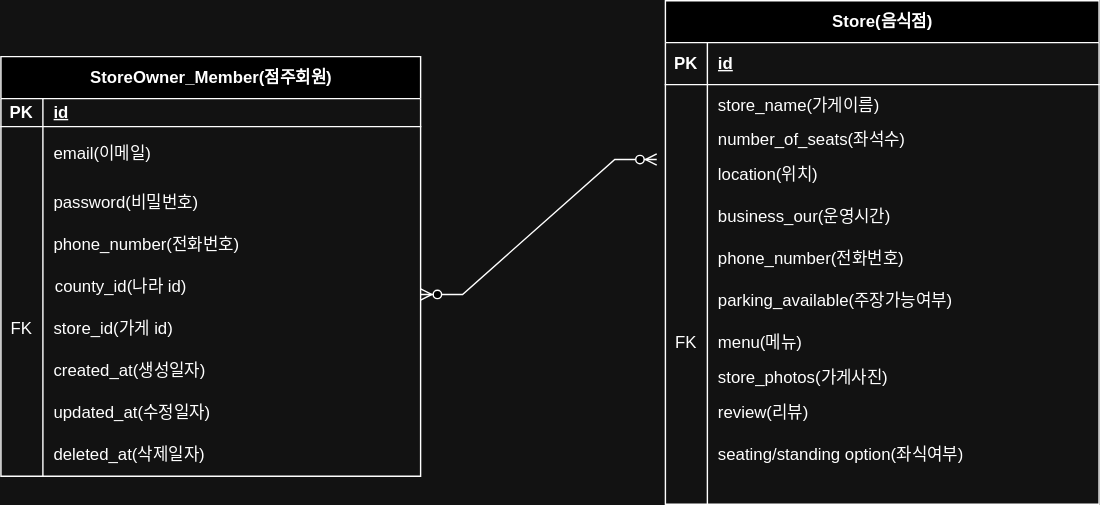
Above: document/store_owner_member.drawio.svg in gunsight1/boot-up1-samsik (draw.io), before the change. Source tidied: cells renumbered, new cells last; positions are measured from the earlier drawing's top-left corner, leaving out a move shared by most shapes.
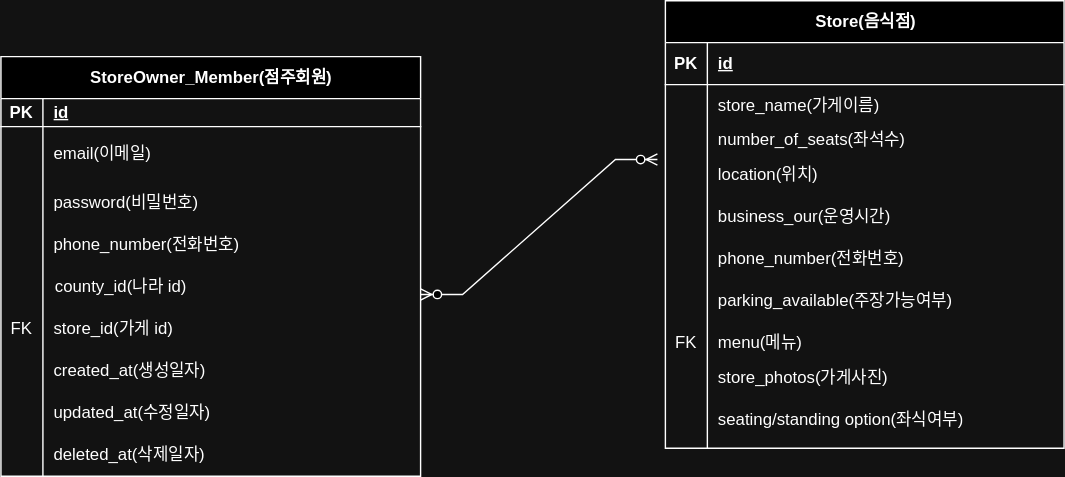
The same diagram one commit later.

Commit message:
store_owner_member.drawio.svg이 추가되었습니다.

What changed in the source:
```diff
@@ -105,120 +105,105 @@
       <mxGeometry x="30" y="310" width="190" height="30" as="geometry" />
     </mxCell>
     <mxCell id="36" value="Store(음식점)" style="shape=table;startSize=30;rowLines=0;fontStyle=1;align=center;html=1;" parent="1" vertex="1">
-      <mxGeometry x="475" width="310" height="360" as="geometry" />
+      <mxGeometry x="475" width="285" height="320" as="geometry" />
     </mxCell>
     <mxCell id="37" style="shape=tableRow;horizontal=0;startSize=0;swimlaneHead=0;swimlaneBody=0;fillColor=none;top=0;left=0;right=0;bottom=1;" parent="36" vertex="1">
-      <mxGeometry y="30" width="310" height="30" as="geometry" />
+      <mxGeometry y="30" width="285" height="30" as="geometry" />
     </mxCell>
     <mxCell id="38" value="PK" style="shape=partialRectangle;fillColor=none;top=0;left=0;bottom=0;right=0;fontStyle=1;overflow=hidden;whiteSpace=wrap;html=1;" parent="37" vertex="1">
       <mxGeometry width="30" height="30" as="geometry" />
     </mxCell>
     <mxCell id="39" value="id" style="shape=partialRectangle;fillColor=none;top=0;left=0;bottom=0;right=0;align=left;spacingLeft=6;fontStyle=5;overflow=hidden;whiteSpace=wrap;html=1;" parent="37" vertex="1">
-      <mxGeometry x="30" width="280" height="30" as="geometry" />
+      <mxGeometry x="30" width="255" height="30" as="geometry" />
     </mxCell>
     <mxCell id="40" style="shape=tableRow;horizontal=0;startSize=0;swimlaneHead=0;swimlaneBody=0;fillColor=none;top=0;left=0;right=0;bottom=0;" parent="36" vertex="1">
-      <mxGeometry y="60" width="310" height="30" as="geometry" />
+      <mxGeometry y="60" width="285" height="30" as="geometry" />
     </mxCell>
     <mxCell id="41" style="shape=partialRectangle;fillColor=none;top=0;left=0;bottom=0;right=0;overflow=hidden;whiteSpace=wrap;html=1;" parent="40" vertex="1">
       <mxGeometry width="30" height="30" as="geometry" />
     </mxCell>
     <mxCell id="42" value="store_name(가게이름)" style="shape=partialRectangle;fillColor=none;top=0;left=0;bottom=0;right=0;align=left;spacingLeft=6;overflow=hidden;whiteSpace=wrap;html=1;" parent="40" vertex="1">
-      <mxGeometry x="30" width="280" height="30" as="geometry" />
+      <mxGeometry x="30" width="255" height="30" as="geometry" />
     </mxCell>
     <mxCell id="43" style="shape=tableRow;horizontal=0;startSize=0;swimlaneHead=0;swimlaneBody=0;fillColor=none;top=0;left=0;right=0;bottom=0;" parent="36" vertex="1">
-      <mxGeometry y="90" width="310" height="20" as="geometry" />
+      <mxGeometry y="90" width="285" height="20" as="geometry" />
     </mxCell>
     <mxCell id="44" style="shape=partialRectangle;fillColor=none;top=0;left=0;bottom=0;right=0;overflow=hidden;whiteSpace=wrap;html=1;" parent="43" vertex="1">
       <mxGeometry width="30" height="20" as="geometry" />
     </mxCell>
     <mxCell id="45" value="number_of_seats(좌석수)" style="shape=partialRectangle;fillColor=none;top=0;left=0;bottom=0;right=0;align=left;spacingLeft=6;overflow=hidden;whiteSpace=wrap;html=1;" parent="43" vertex="1">
-      <mxGeometry x="30" width="280" height="20" as="geometry" />
+      <mxGeometry x="30" width="255" height="20" as="geometry" />
     </mxCell>
     <mxCell id="46" style="shape=tableRow;horizontal=0;startSize=0;swimlaneHead=0;swimlaneBody=0;fillColor=none;points=[[0,0.5],[1,0.5]];portConstraint=eastwest;top=0;left=0;right=0;bottom=0;" parent="36" vertex="1">
-      <mxGeometry y="110" width="310" height="30" as="geometry" />
+      <mxGeometry y="110" width="285" height="30" as="geometry" />
     </mxCell>
     <mxCell id="47" style="shape=partialRectangle;fillColor=none;top=0;left=0;bottom=0;right=0;overflow=hidden;whiteSpace=wrap;html=1;" parent="46" vertex="1">
       <mxGeometry width="30" height="30" as="geometry" />
     </mxCell>
     <mxCell id="48" value="location(위치)" style="shape=partialRectangle;fillColor=none;top=0;left=0;bottom=0;right=0;align=left;spacingLeft=6;overflow=hidden;whiteSpace=wrap;html=1;" parent="46" vertex="1">
-      <mxGeometry x="30" width="280" height="30" as="geometry" />
+      <mxGeometry x="30" width="255" height="30" as="geometry" />
     </mxCell>
     <mxCell id="49" style="shape=tableRow;horizontal=0;startSize=0;swimlaneHead=0;swimlaneBody=0;fillColor=none;top=0;left=0;right=0;bottom=0;" parent="36" vertex="1">
-      <mxGeometry y="140" width="310" height="30" as="geometry" />
+      <mxGeometry y="140" width="285" height="30" as="geometry" />
     </mxCell>
     <mxCell id="50" style="shape=partialRectangle;fillColor=none;top=0;left=0;bottom=0;right=0;overflow=hidden;whiteSpace=wrap;html=1;" parent="49" vertex="1">
       <mxGeometry width="30" height="30" as="geometry" />
     </mxCell>
     <mxCell id="51" value="business_our(운영시간)" style="shape=partialRectangle;fillColor=none;top=0;left=0;bottom=0;right=0;align=left;spacingLeft=6;overflow=hidden;whiteSpace=wrap;html=1;" parent="49" vertex="1">
-      <mxGeometry x="30" width="280" height="30" as="geometry" />
+      <mxGeometry x="30" width="255" height="30" as="geometry" />
     </mxCell>
     <mxCell id="52" style="shape=tableRow;horizontal=0;startSize=0;swimlaneHead=0;swimlaneBody=0;fillColor=none;top=0;left=0;right=0;bottom=0;" parent="36" vertex="1">
-      <mxGeometry y="170" width="310" height="30" as="geometry" />
+      <mxGeometry y="170" width="285" height="30" as="geometry" />
     </mxCell>
     <mxCell id="53" style="shape=partialRectangle;fillColor=none;top=0;left=0;bottom=0;right=0;overflow=hidden;whiteSpace=wrap;html=1;" parent="52" vertex="1">
       <mxGeometry width="30" height="30" as="geometry" />
     </mxCell>
     <mxCell id="54" value="phone_number(전화번호)" style="shape=partialRectangle;fillColor=none;top=0;left=0;bottom=0;right=0;align=left;spacingLeft=6;overflow=hidden;whiteSpace=wrap;html=1;" parent="52" vertex="1">
-      <mxGeometry x="30" width="280" height="30" as="geometry" />
+      <mxGeometry x="30" width="255" height="30" as="geometry" />
     </mxCell>
     <mxCell id="55" style="shape=tableRow;horizontal=0;startSize=0;swimlaneHead=0;swimlaneBody=0;fillColor=none;top=0;left=0;right=0;bottom=0;" parent="36" vertex="1">
-      <mxGeometry y="200" width="310" height="30" as="geometry" />
+      <mxGeometry y="200" width="285" height="30" as="geometry" />
     </mxCell>
     <mxCell id="56" style="shape=partialRectangle;fillColor=none;top=0;left=0;bottom=0;right=0;overflow=hidden;whiteSpace=wrap;html=1;" parent="55" vertex="1">
       <mxGeometry width="30" height="30" as="geometry" />
     </mxCell>
     <mxCell id="57" value="parking_available(주장가능여부)" style="shape=partialRectangle;fillColor=none;top=0;left=0;bottom=0;right=0;align=left;spacingLeft=6;overflow=hidden;whiteSpace=wrap;html=1;" parent="55" vertex="1">
-      <mxGeometry x="30" width="280" height="30" as="geometry" />
+      <mxGeometry x="30" width="255" height="30" as="geometry" />
     </mxCell>
     <mxCell id="58" style="shape=tableRow;horizontal=0;startSize=0;swimlaneHead=0;swimlaneBody=0;fillColor=none;top=0;left=0;right=0;bottom=0;" parent="36" vertex="1">
-      <mxGeometry y="230" width="310" height="30" as="geometry" />
+      <mxGeometry y="230" width="285" height="30" as="geometry" />
     </mxCell>
     <mxCell id="59" value="FK" style="shape=partialRectangle;fillColor=none;top=0;left=0;bottom=0;right=0;overflow=hidden;whiteSpace=wrap;html=1;" parent="58" vertex="1">
       <mxGeometry width="30" height="30" as="geometry" />
     </mxCell>
     <mxCell id="60" value="menu(메뉴)" style="shape=partialRectangle;fillColor=none;top=0;left=0;bottom=0;right=0;align=left;spacingLeft=6;overflow=hidden;whiteSpace=wrap;html=1;" parent="58" vertex="1">
-      <mxGeometry x="30" width="280" height="30" as="geometry" />
+      <mxGeometry x="30" width="255" height="30" as="geometry" />
     </mxCell>
     <mxCell id="61" style="shape=tableRow;horizontal=0;startSize=0;swimlaneHead=0;swimlaneBody=0;fillColor=none;top=0;left=0;right=0;bottom=0;" parent="36" vertex="1">
-      <mxGeometry y="260" width="310" height="20" as="geometry" />
+      <mxGeometry y="260" width="285" height="20" as="geometry" />
     </mxCell>
     <mxCell id="62" style="shape=partialRectangle;fillColor=none;top=0;left=0;bottom=0;right=0;overflow=hidden;whiteSpace=wrap;html=1;" parent="61" vertex="1">
       <mxGeometry width="30" height="20" as="geometry" />
     </mxCell>
     <mxCell id="63" value="store_photos(가게사진)" style="shape=partialRectangle;fillColor=none;top=0;left=0;bottom=0;right=0;align=left;spacingLeft=6;overflow=hidden;whiteSpace=wrap;html=1;" parent="61" vertex="1">
-      <mxGeometry x="30" width="280" height="20" as="geometry" />
+      <mxGeometry x="30" width="255" height="20" as="geometry" />
     </mxCell>
     <mxCell id="64" style="shape=tableRow;horizontal=0;startSize=0;swimlaneHead=0;swimlaneBody=0;fillColor=none;top=0;left=0;right=0;bottom=0;" parent="36" vertex="1">
-      <mxGeometry y="280" width="310" height="30" as="geometry" />
+      <mxGeometry y="280" width="285" height="40" as="geometry" />
     </mxCell>
     <mxCell id="65" style="shape=partialRectangle;fillColor=none;top=0;left=0;bottom=0;right=0;overflow=hidden;whiteSpace=wrap;html=1;" parent="64" vertex="1">
-      <mxGeometry width="30" height="30" as="geometry" />
+      <mxGeometry width="30" height="40" as="geometry" />
     </mxCell>
-    <mxCell id="66" value="review(리뷰)" style="shape=partialRectangle;fillColor=none;top=0;left=0;bottom=0;right=0;align=left;spacingLeft=6;overflow=hidden;whiteSpace=wrap;html=1;" parent="64" vertex="1">
-      <mxGeometry x="30" width="280" height="30" as="geometry" />
+    <mxCell id="66" value="seating/standing option(좌식여부)" style="shape=partialRectangle;fillColor=none;top=0;left=0;bottom=0;right=0;align=left;spacingLeft=6;overflow=hidden;whiteSpace=wrap;html=1;" parent="64" vertex="1">
+      <mxGeometry x="30" width="255" height="40" as="geometry" />
     </mxCell>
-    <mxCell id="67" style="shape=tableRow;horizontal=0;startSize=0;swimlaneHead=0;swimlaneBody=0;fillColor=none;top=0;left=0;right=0;bottom=0;" parent="36" vertex="1">
-      <mxGeometry y="310" width="310" height="30" as="geometry" />
-    </mxCell>
-    <mxCell id="68" style="shape=partialRectangle;fillColor=none;top=0;left=0;bottom=0;right=0;overflow=hidden;whiteSpace=wrap;html=1;" parent="67" vertex="1">
-      <mxGeometry width="30" height="30" as="geometry" />
-    </mxCell>
-    <mxCell id="69" value="seating/standing option(좌식여부)" style="shape=partialRectangle;fillColor=none;top=0;left=0;bottom=0;right=0;align=left;spacingLeft=6;overflow=hidden;whiteSpace=wrap;html=1;" parent="67" vertex="1">
-      <mxGeometry x="30" width="280" height="30" as="geometry" />
-    </mxCell>
-    <mxCell id="70" style="shape=tableRow;horizontal=0;startSize=0;swimlaneHead=0;swimlaneBody=0;fillColor=none;top=0;left=0;right=0;bottom=0;" parent="36" vertex="1">
-      <mxGeometry y="340" width="310" height="20" as="geometry" />
-    </mxCell>
-    <mxCell id="71" style="shape=partialRectangle;fillColor=none;top=0;left=0;bottom=0;right=0;overflow=hidden;whiteSpace=wrap;html=1;" parent="70" vertex="1">
-      <mxGeometry width="30" height="20" as="geometry" />
-    </mxCell>
-    <mxCell id="72" style="shape=partialRectangle;fillColor=none;top=0;left=0;bottom=0;right=0;align=left;spacingLeft=6;overflow=hidden;whiteSpace=wrap;html=1;" parent="70" vertex="1">
-      <mxGeometry x="30" width="280" height="20" as="geometry" />
-    </mxCell>
     <mxCell id="73" style="edgeStyle=entityRelationEdgeStyle;fontSize=12;html=1;endArrow=ERzeroToMany;endFill=1;startArrow=ERzeroToMany;rounded=0;entryX=-0.02;entryY=0.118;entryDx=0;entryDy=0;entryPerimeter=0;" parent="1" edge="1" target="46">
       <mxGeometry relative="1" as="geometry">
         <mxPoint x="300" y="210" as="sourcePoint" />
       </mxGeometry>
     </mxCell>
+    <mxCell id="74" style="shape=partialRectangle;fillColor=none;top=0;left=0;bottom=0;right=0;align=left;spacingLeft=6;overflow=hidden;whiteSpace=wrap;html=1;" parent="1" vertex="1">
+      <mxGeometry x="505" y="310" width="255" height="20" as="geometry" />
+    </mxCell>
   </root>
 </mxGraphModel>
```
